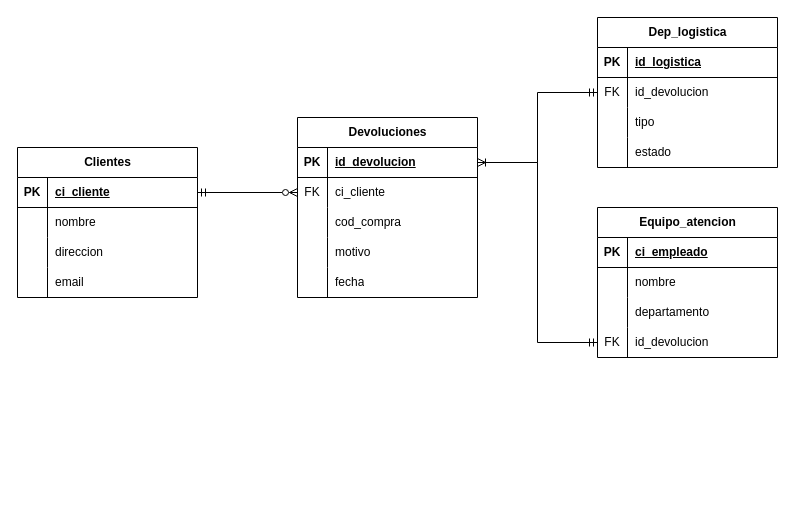
Above: page "MR" (1 of 3) of automatizacion - ecommerce.drawio in AlbanyNVRodriguez/draw---diagrams (draw.io), before the change. Source tidied: cells renumbered, new cells numbered last; positions are measured from the earlier drawing's top-left corner, leaving out a move shared by most shapes. Both pictures are drawn from the tidied source at 100%, with x=0, y=0 at pixel (17, 17).
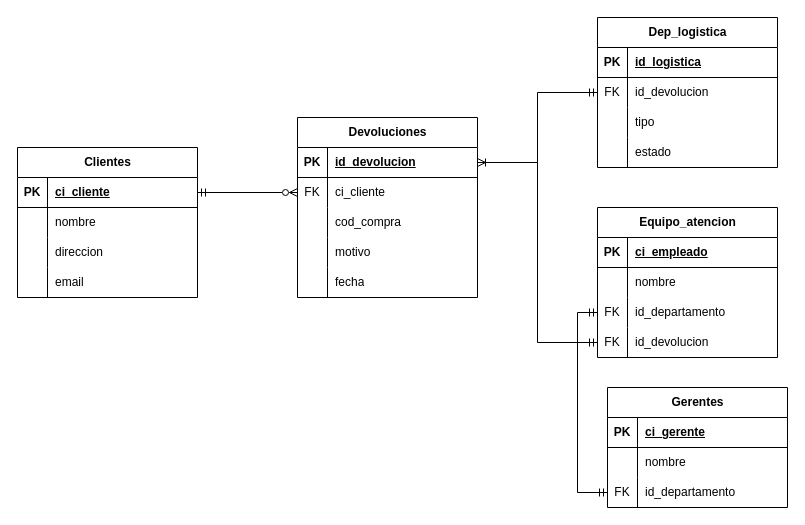
After the change.

The change refers to these unchanged cells:
```xml
<mxCell id="51" style="shape=tableRow;horizontal=0;startSize=0;swimlaneHead=0;swimlaneBody=0;fillColor=none;points=[[0,0.5],[1,0.5]];portConstraint=eastwest;top=0;left=0;right=0;bottom=0;" parent="44" vertex="1">
  <mxGeometry y="90" width="180" height="30" as="geometry" />
</mxCell>
```

What changed in the source:
```diff
@@
-    <mxCell id="52" style="shape=partialRectangle;fillColor=none;top=0;left=0;bottom=0;right=0;overflow=hidden;whiteSpace=wrap;html=1;" parent="51" vertex="1">
+    <mxCell id="52" value="FK" style="shape=partialRectangle;fillColor=none;top=0;left=0;bottom=0;right=0;overflow=hidden;whiteSpace=wrap;html=1;" parent="51" vertex="1">
       <mxGeometry width="30" height="30" as="geometry" />
     </mxCell>
-    <mxCell id="53" value="departamento" style="shape=partialRectangle;fillColor=none;top=0;left=0;bottom=0;right=0;align=left;spacingLeft=6;overflow=hidden;whiteSpace=wrap;html=1;" parent="51" vertex="1">
+    <mxCell id="53" value="id_departamento" style="shape=partialRectangle;fillColor=none;top=0;left=0;bottom=0;right=0;align=left;spacingLeft=6;overflow=hidden;whiteSpace=wrap;html=1;" parent="51" vertex="1">
       <mxGeometry x="30" width="150" height="30" as="geometry" />
     </mxCell>
@@
+    <mxCell id="60" value="Gerentes" style="shape=table;startSize=30;childLayout=tableLayout;rowLines=0;fontStyle=1;align=center;html=1;" parent="1" vertex="1">
+      <mxGeometry x="590" y="370" width="180" height="120" as="geometry" />
+    </mxCell>
+    <mxCell id="61" style="shape=tableRow;horizontal=0;startSize=0;swimlaneHead=0;swimlaneBody=0;fillColor=none;top=0;left=0;right=0;bottom=1;" parent="60" vertex="1">
+      <mxGeometry y="30" width="180" height="30" as="geometry" />
+    </mxCell>
+    <mxCell id="62" value="PK" style="shape=partialRectangle;fillColor=none;top=0;left=0;bottom=0;right=0;fontStyle=1;overflow=hidden;whiteSpace=wrap;html=1;" parent="61" vertex="1">
+      <mxGeometry width="30" height="30" as="geometry" />
+    </mxCell>
+    <mxCell id="63" value="ci_gerente" style="shape=partialRectangle;fillColor=none;top=0;left=0;bottom=0;right=0;align=left;spacingLeft=6;fontStyle=5;overflow=hidden;whiteSpace=wrap;html=1;" parent="61" vertex="1">
+      <mxGeometry x="30" width="150" height="30" as="geometry" />
+    </mxCell>
+    <mxCell id="64" style="shape=tableRow;horizontal=0;startSize=0;swimlaneHead=0;swimlaneBody=0;fillColor=none;top=0;left=0;right=0;bottom=0;" parent="60" vertex="1">
+      <mxGeometry y="60" width="180" height="30" as="geometry" />
+    </mxCell>
+    <mxCell id="65" style="shape=partialRectangle;fillColor=none;top=0;left=0;bottom=0;right=0;overflow=hidden;whiteSpace=wrap;html=1;" parent="64" vertex="1">
+      <mxGeometry width="30" height="30" as="geometry" />
+    </mxCell>
+    <mxCell id="66" value="nombre" style="shape=partialRectangle;fillColor=none;top=0;left=0;bottom=0;right=0;align=left;spacingLeft=6;overflow=hidden;whiteSpace=wrap;html=1;" parent="64" vertex="1">
+      <mxGeometry x="30" width="150" height="30" as="geometry" />
+    </mxCell>
+    <mxCell id="67" style="shape=tableRow;horizontal=0;startSize=0;swimlaneHead=0;swimlaneBody=0;fillColor=none;points=[[0,0.5],[1,0.5]];portConstraint=eastwest;top=0;left=0;right=0;bottom=0;" parent="60" vertex="1">
+      <mxGeometry y="90" width="180" height="30" as="geometry" />
+    </mxCell>
+    <mxCell id="68" value="FK" style="shape=partialRectangle;fillColor=none;top=0;left=0;bottom=0;right=0;overflow=hidden;whiteSpace=wrap;html=1;" parent="67" vertex="1">
+      <mxGeometry width="30" height="30" as="geometry" />
+    </mxCell>
+    <mxCell id="69" value="id_departamento" style="shape=partialRectangle;fillColor=none;top=0;left=0;bottom=0;right=0;align=left;spacingLeft=6;overflow=hidden;whiteSpace=wrap;html=1;" parent="67" vertex="1">
+      <mxGeometry x="30" width="150" height="30" as="geometry" />
+    </mxCell>
+    <mxCell id="70" style="edgeStyle=orthogonalEdgeStyle;rounded=0;jettySize=auto;html=1;exitX=0;exitY=0.5;exitDx=0;exitDy=0;entryX=0;entryY=0.5;entryDx=0;entryDy=0;endArrow=ERmandOne;endFill=0;startArrow=ERmandOne;startFill=0;" parent="1" edge="1" source="51" target="67">
+      <mxGeometry relative="1" as="geometry" />
+    </mxCell>
```
